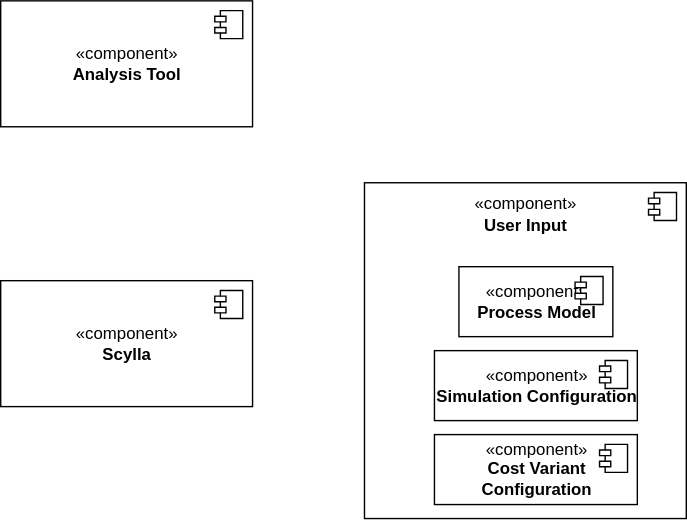
Above: architecture_concrete.svg in fyndalf/master-thesis (draw.io), before the change. Source tidied: cells renumbered, new cells last; positions are measured from the earlier drawing's top-left corner, leaving out a move shared by most shapes.
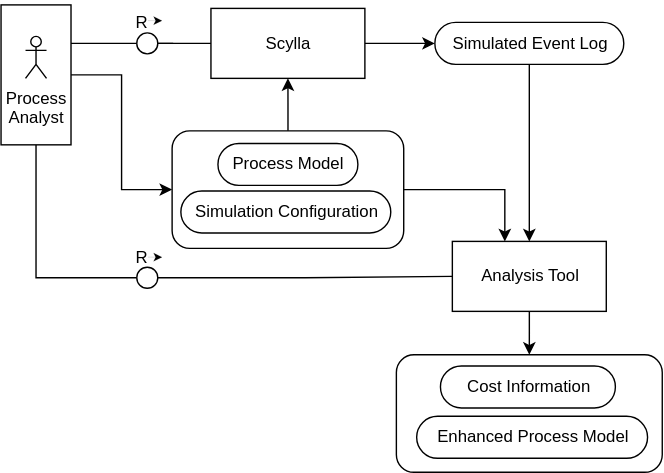
After the commit.

Change to the diagram source:
```diff
@@ -2,53 +2,116 @@
   <root>
     <mxCell id="0" />
     <mxCell id="1" parent="0" />
-    <mxCell id="2" value="«component»&lt;br&gt;&lt;b&gt;Analysis Tool&lt;/b&gt;" style="html=1;" parent="1" vertex="1">
-      <mxGeometry width="180" height="90" as="geometry" />
-    </mxCell>
-    <mxCell id="3" style="shape=module;jettyWidth=8;jettyHeight=4;" parent="2" vertex="1">
-      <mxGeometry x="1" width="20" height="20" relative="1" as="geometry">
-        <mxPoint x="-27" y="7" as="offset" />
-      </mxGeometry>
-    </mxCell>
-    <mxCell id="4" value="&lt;p style=&quot;line-height: 1.3;&quot;&gt;«component»&lt;br&gt;&lt;b&gt;User Input&lt;/b&gt;&lt;/p&gt;&lt;p style=&quot;line-height: 1.3;&quot;&gt;&lt;b&gt;&lt;br&gt;&lt;/b&gt;&lt;/p&gt;&lt;p style=&quot;line-height: 1.3;&quot;&gt;&lt;b&gt;&lt;br&gt;&lt;/b&gt;&lt;/p&gt;&lt;p style=&quot;line-height: 1.3;&quot;&gt;&lt;b&gt;&lt;br&gt;&lt;/b&gt;&lt;/p&gt;&lt;p style=&quot;line-height: 1.3;&quot;&gt;&lt;b&gt;&lt;br&gt;&lt;/b&gt;&lt;/p&gt;&lt;p style=&quot;line-height: 1.3;&quot;&gt;&lt;b&gt;&lt;br&gt;&lt;/b&gt;&lt;/p&gt;&lt;p style=&quot;line-height: 1.3;&quot;&gt;&lt;b&gt;&lt;br&gt;&lt;/b&gt;&lt;/p&gt;&lt;p style=&quot;line-height: 1.3;&quot;&gt;&lt;b&gt;&lt;br&gt;&lt;/b&gt;&lt;/p&gt;" style="html=1;" parent="1" vertex="1">
-      <mxGeometry x="260" y="130" width="230" height="240" as="geometry" />
-    </mxCell>
-    <mxCell id="5" style="shape=module;jettyWidth=8;jettyHeight=4;" parent="4" vertex="1">
-      <mxGeometry x="1" width="20" height="20" relative="1" as="geometry">
-        <mxPoint x="-27" y="7" as="offset" />
-      </mxGeometry>
-    </mxCell>
-    <mxCell id="6" value="«component»&lt;br&gt;&lt;b&gt;Scylla&lt;/b&gt;" style="html=1;" parent="1" vertex="1">
-      <mxGeometry y="200" width="180" height="90" as="geometry" />
-    </mxCell>
-    <mxCell id="7" style="shape=module;jettyWidth=8;jettyHeight=4;" parent="6" vertex="1">
-      <mxGeometry x="1" width="20" height="20" relative="1" as="geometry">
-        <mxPoint x="-27" y="7" as="offset" />
-      </mxGeometry>
-    </mxCell>
-    <mxCell id="8" value="«component»&lt;br&gt;&lt;b&gt;Process Model&lt;/b&gt;" style="html=1;" parent="1" vertex="1">
-      <mxGeometry x="327.5" y="190" width="110" height="50" as="geometry" />
-    </mxCell>
-    <mxCell id="9" style="shape=module;jettyWidth=8;jettyHeight=4;" parent="8" vertex="1">
-      <mxGeometry x="1" width="20" height="20" relative="1" as="geometry">
-        <mxPoint x="-27" y="7" as="offset" />
-      </mxGeometry>
-    </mxCell>
-    <mxCell id="10" value="«component»&lt;br&gt;&lt;b&gt;Simulation Configuration&lt;/b&gt;" style="html=1;" parent="1" vertex="1">
-      <mxGeometry x="310" y="250" width="145" height="50" as="geometry" />
-    </mxCell>
-    <mxCell id="11" style="shape=module;jettyWidth=8;jettyHeight=4;" parent="10" vertex="1">
-      <mxGeometry x="1" width="20" height="20" relative="1" as="geometry">
-        <mxPoint x="-27" y="7" as="offset" />
-      </mxGeometry>
-    </mxCell>
-    <mxCell id="12" value="«component»&lt;br&gt;&lt;b&gt;Cost Variant&lt;br&gt;Configuration&lt;/b&gt;" style="html=1;" parent="1" vertex="1">
-      <mxGeometry x="310" y="310" width="145" height="50" as="geometry" />
-    </mxCell>
-    <mxCell id="13" style="shape=module;jettyWidth=8;jettyHeight=4;" parent="12" vertex="1">
-      <mxGeometry x="1" width="20" height="20" relative="1" as="geometry">
-        <mxPoint x="-27" y="7" as="offset" />
-      </mxGeometry>
-    </mxCell>
+    <mxCell id="14" style="edgeStyle=orthogonalEdgeStyle;rounded=0;jettySize=auto;html=1;entryX=0;entryY=0.5;entryDx=0;entryDy=0;entryPerimeter=0;startArrow=none;startFill=0;endArrow=classic;endFill=1;" parent="1" edge="1" source="15" target="17">
+      <mxGeometry relative="1" as="geometry" />
+    </mxCell>
+    <mxCell id="15" value="&lt;div&gt;Scylla&lt;/div&gt;" style="html=1;rounded=0;" parent="1" vertex="1">
+      <mxGeometry x="140" y="52.5" width="110" height="50" as="geometry" />
+    </mxCell>
+    <mxCell id="16" style="edgeStyle=orthogonalEdgeStyle;rounded=0;jettySize=auto;html=1;startArrow=none;startFill=0;endArrow=classic;endFill=1;" parent="1" edge="1" source="17" target="26">
+      <mxGeometry relative="1" as="geometry" />
+    </mxCell>
+    <mxCell id="17" value="Simulated Event Log" style="html=1;dashed=0;whitespace=wrap;shape=mxgraph.dfd.start;rounded=0;" parent="1" vertex="1">
+      <mxGeometry x="300" y="62.5" width="135" height="30" as="geometry" />
+    </mxCell>
+    <mxCell id="18" style="edgeStyle=orthogonalEdgeStyle;rounded=0;jettySize=auto;html=1;entryX=0;entryY=0.5;entryDx=0;entryDy=0;startArrow=none;startFill=0;endArrow=none;endFill=0;" parent="1" edge="1" source="21" target="24">
+      <mxGeometry relative="1" as="geometry">
+        <Array as="points">
+          <mxPoint x="113" y="78" />
+        </Array>
+      </mxGeometry>
+    </mxCell>
+    <mxCell id="19" style="edgeStyle=orthogonalEdgeStyle;rounded=0;jettySize=auto;html=1;entryX=0;entryY=0.5;entryDx=0;entryDy=0;startArrow=none;startFill=0;endArrow=classic;endFill=1;" parent="1" edge="1" source="21" target="31">
+      <mxGeometry relative="1" as="geometry" />
+    </mxCell>
+    <mxCell id="20" style="edgeStyle=orthogonalEdgeStyle;rounded=0;jettySize=auto;html=1;entryX=0;entryY=0.5;entryDx=0;entryDy=0;startArrow=none;startFill=0;endArrow=none;endFill=0;strokeWidth=1;" parent="1" edge="1" source="21" target="28">
+      <mxGeometry relative="1" as="geometry">
+        <Array as="points">
+          <mxPoint x="15" y="245" />
+        </Array>
+      </mxGeometry>
+    </mxCell>
+    <mxCell id="21" style="html=1;dashed=0;whitespace=wrap;rounded=0;" parent="1" vertex="1">
+      <mxGeometry x="-10" y="50" width="50" height="100" as="geometry" />
+    </mxCell>
+    <mxCell id="22" value="Process&lt;br&gt;Analyst" style="shape=umlActor;verticalLabelPosition=bottom;verticalAlign=top;html=1;" parent="1" vertex="1">
+      <mxGeometry x="7.5" y="72.5" width="15" height="30" as="geometry" />
+    </mxCell>
+    <mxCell id="23" style="edgeStyle=orthogonalEdgeStyle;rounded=0;jettySize=auto;html=1;startArrow=none;startFill=0;endArrow=none;endFill=0;" parent="1" edge="1" source="24" target="15">
+      <mxGeometry relative="1" as="geometry" />
+    </mxCell>
+    <mxCell id="24" style="ellipse;whiteSpace=wrap;html=1;rounded=0;" parent="1" vertex="1">
+      <mxGeometry x="87" y="70" width="15" height="15" as="geometry" />
+    </mxCell>
+    <mxCell id="25" style="edgeStyle=orthogonalEdgeStyle;curved=1;rounded=0;jettySize=auto;html=1;entryX=0.5;entryY=0;entryDx=0;entryDy=0;startArrow=none;startFill=0;endArrow=classic;endFill=1;" parent="1" edge="1" source="26" target="35">
+      <mxGeometry relative="1" as="geometry" />
+    </mxCell>
+    <mxCell id="26" value="&lt;div&gt;Analysis Tool&lt;/div&gt;" style="html=1;" parent="1" vertex="1">
+      <mxGeometry x="312.5" y="219" width="110" height="50" as="geometry" />
+    </mxCell>
+    <mxCell id="27" style="edgeStyle=orthogonalEdgeStyle;rounded=0;jettySize=auto;html=1;entryX=0;entryY=0.5;entryDx=0;entryDy=0;startArrow=none;startFill=0;endArrow=none;endFill=0;" parent="1" edge="1" source="28" target="26">
+      <mxGeometry relative="1" as="geometry" />
+    </mxCell>
+    <mxCell id="28" style="ellipse;whiteSpace=wrap;html=1;rounded=0;" parent="1" vertex="1">
+      <mxGeometry x="87" y="237.5" width="15" height="15" as="geometry" />
+    </mxCell>
+    <mxCell id="29" style="group;" parent="1" vertex="1">
+      <mxGeometry x="112.2" y="140" width="165.5" height="84" as="geometry" />
+    </mxCell>
+    <mxCell id="30" style="group;" parent="29" vertex="1">
+      <mxGeometry width="165.5" height="84" as="geometry" />
+    </mxCell>
+    <mxCell id="31" style="rounded=1;whiteSpace=wrap;html=1;fillColor=none;" parent="30" vertex="1">
+      <mxGeometry width="165.5" height="84" as="geometry" />
+    </mxCell>
+    <mxCell id="32" value="&lt;div&gt;Process Model&lt;/div&gt;" style="html=1;dashed=0;whitespace=wrap;shape=mxgraph.dfd.start;rounded=0;" parent="30" vertex="1">
+      <mxGeometry x="32.8" y="9" width="100" height="30" as="geometry" />
+    </mxCell>
+    <mxCell id="33" value="Simulation Configuration" style="html=1;dashed=0;whitespace=wrap;shape=mxgraph.dfd.start;rounded=0;" parent="30" vertex="1">
+      <mxGeometry x="6.2" y="43" width="150" height="30" as="geometry" />
+    </mxCell>
+    <mxCell id="34" style="group;" parent="1" vertex="1">
+      <mxGeometry x="272.5" y="300" width="190" height="84" as="geometry" />
+    </mxCell>
+    <mxCell id="35" style="rounded=1;whiteSpace=wrap;html=1;fillColor=none;fontStyle=1;" parent="34" vertex="1">
+      <mxGeometry width="190" height="84" as="geometry" />
+    </mxCell>
+    <mxCell id="36" value="Cost Information" style="html=1;dashed=0;whitespace=wrap;shape=mxgraph.dfd.start;rounded=0;" parent="34" vertex="1">
+      <mxGeometry x="31.5" y="8" width="125" height="30" as="geometry" />
+    </mxCell>
+    <mxCell id="37" value="Enhanced Process Model" style="html=1;dashed=0;whitespace=wrap;shape=mxgraph.dfd.start;rounded=0;" parent="34" vertex="1">
+      <mxGeometry x="14.5" y="44" width="165" height="30" as="geometry" />
+    </mxCell>
+    <mxCell id="38" style="edgeStyle=orthogonalEdgeStyle;rounded=0;jettySize=auto;html=1;entryX=0.5;entryY=1;entryDx=0;entryDy=0;startArrow=none;startFill=0;endArrow=classic;endFill=1;" parent="1" edge="1" source="31" target="15">
+      <mxGeometry relative="1" as="geometry" />
+    </mxCell>
+    <mxCell id="39" style="edgeStyle=orthogonalEdgeStyle;rounded=0;jettySize=auto;html=1;startArrow=none;startFill=0;endArrow=classic;endFill=1;" parent="1" edge="1" source="31" target="26">
+      <mxGeometry relative="1" as="geometry">
+        <Array as="points">
+          <mxPoint x="350" y="182" />
+        </Array>
+      </mxGeometry>
+    </mxCell>
+    <mxCell id="40" value="R" style="text;html=1;strokeColor=none;fillColor=none;align=center;verticalAlign=middle;whiteSpace=wrap;rounded=0;" parent="1" vertex="1">
+      <mxGeometry x="60.5" y="47.5" width="60" height="30" as="geometry" />
+    </mxCell>
+    <mxCell id="41" style="endArrow=classic;html=1;rounded=0;endFill=1;strokeWidth=0;dashed=1;" parent="1" edge="1">
+      <mxGeometry relative="1" as="geometry">
+        <mxPoint x="95" y="61.3" as="sourcePoint" />
+        <mxPoint x="105" y="61.3" as="targetPoint" />
+      </mxGeometry>
+    </mxCell>
+    <mxCell id="42" style="group;" parent="1" vertex="1">
+      <mxGeometry x="60.5" y="215.5" width="60" height="30" as="geometry" />
+    </mxCell>
+    <mxCell id="43" value="R" style="text;html=1;strokeColor=none;fillColor=none;align=center;verticalAlign=middle;whiteSpace=wrap;rounded=0;" parent="42" vertex="1">
+      <mxGeometry width="60" height="30" as="geometry" />
+    </mxCell>
+    <mxCell id="44" style="endArrow=classic;html=1;rounded=0;endFill=1;strokeWidth=0;dashed=1;" parent="42" edge="1">
+      <mxGeometry relative="1" as="geometry">
+        <mxPoint x="34.5" y="14.8" as="sourcePoint" />
+        <mxPoint x="44.5" y="14.8" as="targetPoint" />
+      </mxGeometry>
+    </mxCell>
   </root>
 </mxGraphModel>
```
